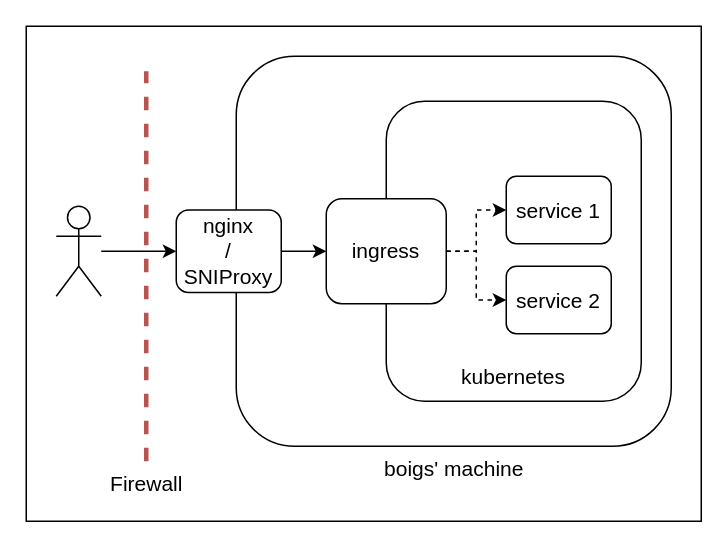
Before: media/diagram.drawio in boigs/bifrost, a draw.io diagram. Source tidied: cells renumbered, new cells numbered last; positions are measured from the earlier drawing's top-left corner, leaving out a move shared by most shapes. Both pictures are drawn from the tidied source at 150%, with x=0, y=0 at pixel (26, 26).
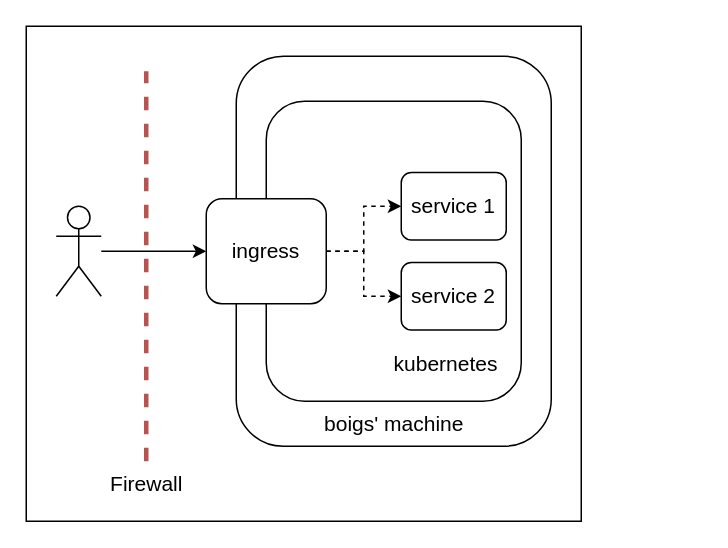
The same page after the edit.

Diff of the diagram source:
```diff
@@
 <mxGraphModel>
   <root>
     <mxCell id="0" />
     <mxCell id="1" parent="0" />
     <mxCell id="2" style="rounded=0;whiteSpace=wrap;html=1;" parent="1" vertex="1">
-      <mxGeometry width="450" height="330" as="geometry" />
+      <mxGeometry width="370" height="330" as="geometry" />
     </mxCell>
-    <mxCell id="3" style="edgeStyle=orthogonalEdgeStyle;rounded=0;jettySize=auto;html=1;entryX=0;entryY=0.5;entryDx=0;entryDy=0;" parent="1" edge="1" source="4" target="14">
-      <mxGeometry relative="1" as="geometry" />
-    </mxCell>
     <mxCell id="4" style="shape=umlActor;verticalLabelPosition=bottom;verticalAlign=top;html=1;outlineConnect=0;" parent="1" vertex="1">
       <mxGeometry x="20" y="120" width="30" height="60" as="geometry" />
     </mxCell>
     <mxCell id="5" value="&lt;font style=&quot;font-size: 14px;&quot;&gt;Firewall&lt;/font&gt;" style="endArrow=none;dashed=1;html=1;rounded=0;strokeWidth=3;fillColor=#f8cecc;strokeColor=#b85450;" parent="1" edge="1">
       <mxGeometry x="-1" y="-15" relative="1" as="geometry">
         <mxPoint x="80" y="290" as="sourcePoint" />
         <mxPoint x="80" y="30" as="targetPoint" />
         <mxPoint x="-15" y="15" as="offset" />
       </mxGeometry>
     </mxCell>
     <mxCell id="6" style="rounded=1;whiteSpace=wrap;html=1;" parent="1" vertex="1">
-      <mxGeometry x="140" y="20" width="290" height="260" as="geometry" />
+      <mxGeometry x="140" y="20" width="210" height="260" as="geometry" />
     </mxCell>
     <mxCell id="7" value="&lt;font style=&quot;font-size: 14px;&quot;&gt;boigs' machine&lt;/font&gt;" style="text;html=1;strokeColor=none;fillColor=none;align=center;verticalAlign=middle;whiteSpace=wrap;rounded=0;" parent="1" vertex="1">
-      <mxGeometry x="232.5" y="280" width="105" height="30" as="geometry" />
+      <mxGeometry x="192.5" y="250" width="105" height="30" as="geometry" />
     </mxCell>
     <mxCell id="8" style="rounded=1;whiteSpace=wrap;html=1;" parent="1" vertex="1">
-      <mxGeometry x="240" y="50" width="170" height="200" as="geometry" />
+      <mxGeometry x="160" y="50" width="170" height="200" as="geometry" />
     </mxCell>
     <mxCell id="9" style="edgeStyle=orthogonalEdgeStyle;rounded=0;jettySize=auto;html=1;dashed=1;" parent="1" edge="1" source="11" target="12">
       <mxGeometry relative="1" as="geometry" />
     </mxCell>
     <mxCell id="10" style="edgeStyle=orthogonalEdgeStyle;rounded=0;jettySize=auto;html=1;exitX=1;exitY=0.5;exitDx=0;exitDy=0;dashed=1;" parent="1" edge="1" source="11" target="13">
       <mxGeometry relative="1" as="geometry" />
     </mxCell>
     <mxCell id="11" value="ingress" style="rounded=1;whiteSpace=wrap;html=1;fontSize=14;" parent="1" vertex="1">
-      <mxGeometry x="200" y="115" width="80" height="70" as="geometry" />
+      <mxGeometry x="120" y="115" width="80" height="70" as="geometry" />
     </mxCell>
     <mxCell id="12" value="service 1" style="rounded=1;whiteSpace=wrap;html=1;fontSize=14;" parent="1" vertex="1">
-      <mxGeometry x="320" y="100" width="70" height="45" as="geometry" />
+      <mxGeometry x="250" y="97.5" width="70" height="45" as="geometry" />
     </mxCell>
     <mxCell id="13" value="service 2" style="rounded=1;whiteSpace=wrap;html=1;fontSize=14;" parent="1" vertex="1">
-      <mxGeometry x="320" y="160" width="70" height="45" as="geometry" />
+      <mxGeometry x="250" y="157.5" width="70" height="45" as="geometry" />
     </mxCell>
-    <mxCell id="14" value="&lt;div&gt;nginx&lt;/div&gt;&lt;div&gt;/&lt;/div&gt;&lt;div&gt;SNIProxy&lt;br&gt;&lt;/div&gt;" style="rounded=1;whiteSpace=wrap;html=1;fontSize=14;" parent="1" vertex="1">
-      <mxGeometry x="100" y="122.5" width="70" height="55" as="geometry" />
-    </mxCell>
-    <mxCell id="15" style="edgeStyle=orthogonalEdgeStyle;rounded=0;jettySize=auto;html=1;exitX=1;exitY=0.5;exitDx=0;exitDy=0;entryX=0;entryY=0.5;entryDx=0;entryDy=0;" parent="1" edge="1" source="14" target="11">
-      <mxGeometry relative="1" as="geometry" />
-    </mxCell>
     <mxCell id="16" value="kubernetes" style="text;html=1;strokeColor=none;fillColor=none;align=center;verticalAlign=middle;whiteSpace=wrap;rounded=0;fontSize=14;" parent="1" vertex="1">
-      <mxGeometry x="295" y="219" width="60" height="30" as="geometry" />
+      <mxGeometry x="250" y="210" width="60" height="30" as="geometry" />
     </mxCell>
+    <mxCell id="3" style="edgeStyle=orthogonalEdgeStyle;rounded=0;jettySize=auto;html=1;entryX=0;entryY=0.5;entryDx=0;entryDy=0;" parent="1" edge="1" source="4" target="11">
+      <mxGeometry relative="1" as="geometry" />
+    </mxCell>
   </root>
 </mxGraphModel>
```
